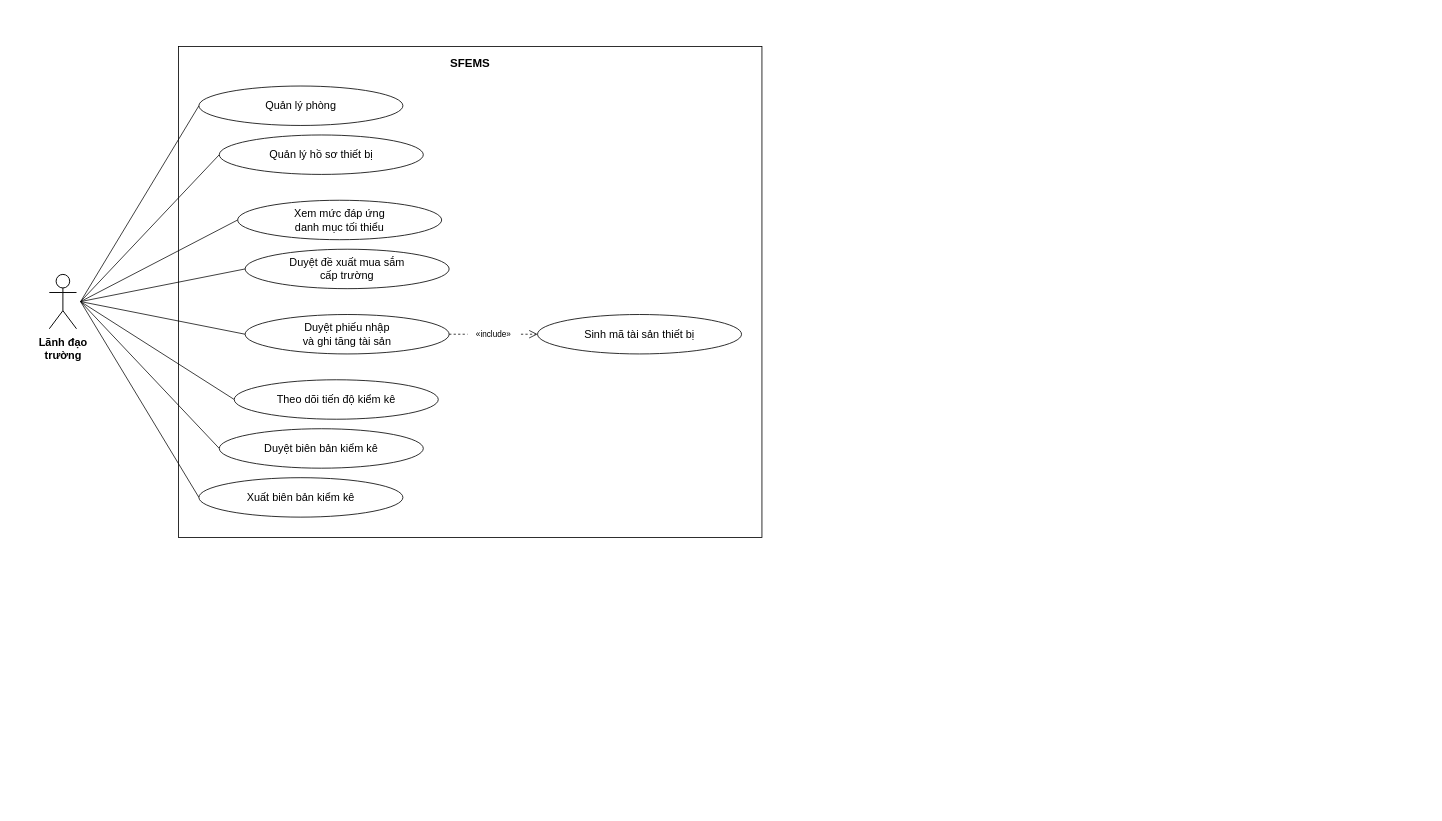
Earlier version of the draw.io diagram docs/VN/diagram/Report 3/05 Use case/05 Lanh dao truong.drawio (LuuDong2004/SEP490_G123_SFEMS). Source tidied: cells renumbered, new cells numbered last; positions are measured from the earlier drawing's top-left corner, leaving out a move shared by most shapes. Both pictures are drawn from the tidied source at 68%, with x=0, y=0 at pixel (12, 46).
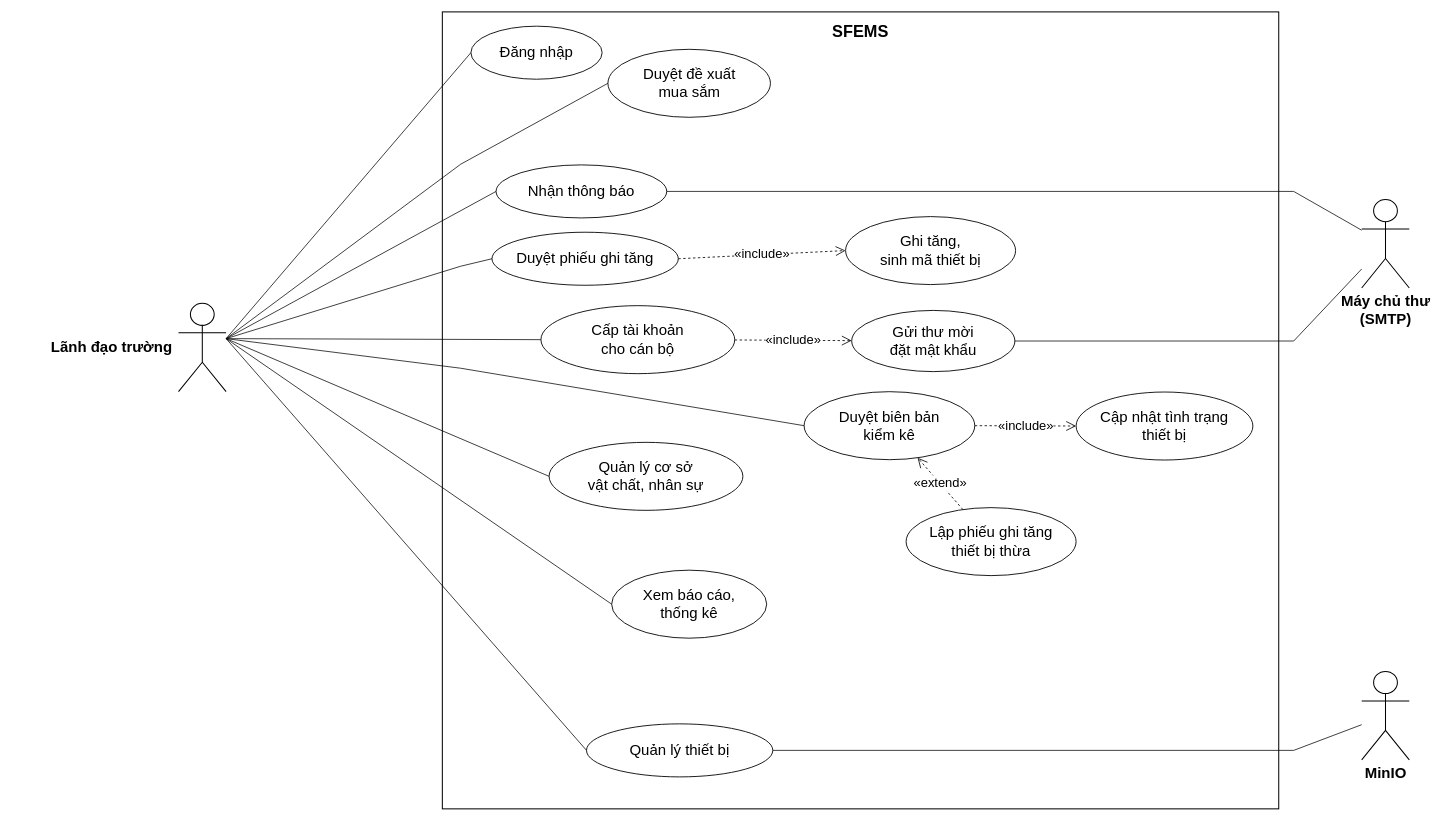
After the change.

What changed in the source:
```diff
@@
-    <mxCell id="2" value="SFEMS" style="rounded=0;fillColor=none;strokeColor=#000000;strokeWidth=1.2;verticalAlign=top;align=center;fontSize=17;fontStyle=1;spacingTop=8;fontFamily=Arial;html=1;whiteSpace=wrap;" parent="1" vertex="1">
-      <mxGeometry x="245" width="858" height="722" as="geometry" />
+    <mxCell id="2" value="SFEMS" style="rounded=0;whiteSpace=wrap;html=1;fillColor=none;strokeColor=#000000;strokeWidth=1.5;verticalAlign=top;fontSize=24;fontStyle=1;fontFamily=Arial;spacingTop=8;" parent="1" vertex="1">
+      <mxGeometry x="633" y="-51" width="1230" height="1172" as="geometry" />
     </mxCell>
-    <mxCell id="3" style="endArrow=none;rounded=0;strokeColor=#000000;strokeWidth=1.1;fontFamily=Arial;html=1;" parent="1" edge="1">
-      <mxGeometry relative="1" as="geometry">
-        <mxPoint x="101" y="375" as="sourcePoint" />
-        <mxPoint x="275" y="87" as="targetPoint" />
-      </mxGeometry>
+    <mxCell id="3" value="Lãnh đạo trường" style="shape=umlActor;labelPosition=left;align=right;verticalLabelPosition=middle;verticalAlign=middle;spacingRight=8;html=1;outlineConnect=0;fontSize=22;fontStyle=1;fontFamily=Arial;strokeWidth=1.5;" parent="1" vertex="1">
+      <mxGeometry x="245" y="377.5" width="70" height="130" as="geometry" />
     </mxCell>
-    <mxCell id="4" style="endArrow=none;rounded=0;strokeColor=#000000;strokeWidth=1.1;fontFamily=Arial;html=1;" parent="1" edge="1">
-      <mxGeometry relative="1" as="geometry">
-        <mxPoint x="101" y="375" as="sourcePoint" />
-        <mxPoint x="305" y="159" as="targetPoint" />
-      </mxGeometry>
+    <mxCell id="4" value="Đăng nhập" style="ellipse;whiteSpace=wrap;html=1;fillColor=#FFFFFF;strokeColor=#000000;strokeWidth=1.3;fontSize=22;fontFamily=Arial;" parent="1" vertex="1">
+      <mxGeometry x="675" y="-30" width="193" height="78" as="geometry" />
     </mxCell>
-    <mxCell id="5" style="endArrow=none;rounded=0;strokeColor=#000000;strokeWidth=1.1;fontFamily=Arial;html=1;" parent="1" edge="1">
-      <mxGeometry relative="1" as="geometry">
-        <mxPoint x="101" y="375" as="sourcePoint" />
-        <mxPoint x="332" y="255" as="targetPoint" />
-      </mxGeometry>
+    <mxCell id="5" style="endArrow=none;html=1;rounded=0;strokeWidth=1.1;strokeColor=#000000;exitX=1;exitY=0.4;exitDx=0;exitDy=0;entryX=0;entryY=0.5;entryDx=0;entryDy=0;" parent="1" edge="1" source="3" target="4">
+      <mxGeometry relative="1" as="geometry" />
     </mxCell>
-    <mxCell id="6" style="endArrow=none;rounded=0;strokeColor=#000000;strokeWidth=1.1;fontFamily=Arial;html=1;" parent="1" edge="1">
-      <mxGeometry relative="1" as="geometry">
-        <mxPoint x="101" y="375" as="sourcePoint" />
-        <mxPoint x="343" y="327" as="targetPoint" />
-      </mxGeometry>
+    <mxCell id="6" value="Nhận thông báo" style="ellipse;whiteSpace=wrap;html=1;fillColor=#FFFFFF;strokeColor=#000000;strokeWidth=1.3;fontSize=22;fontFamily=Arial;" parent="1" vertex="1">
+      <mxGeometry x="712" y="174" width="251" height="78" as="geometry" />
     </mxCell>
-    <mxCell id="7" style="endArrow=none;rounded=0;strokeColor=#000000;strokeWidth=1.1;fontFamily=Arial;html=1;" parent="1" edge="1">
-      <mxGeometry relative="1" as="geometry">
-        <mxPoint x="101" y="375" as="sourcePoint" />
-        <mxPoint x="343" y="423" as="targetPoint" />
-      </mxGeometry>
+    <mxCell id="7" style="endArrow=none;html=1;rounded=0;strokeWidth=1.1;strokeColor=#000000;exitX=1;exitY=0.4;exitDx=0;exitDy=0;entryX=0;entryY=0.5;entryDx=0;entryDy=0;" parent="1" edge="1" source="3" target="6">
+      <mxGeometry relative="1" as="geometry" />
     </mxCell>
-    <mxCell id="8" style="endArrow=none;rounded=0;strokeColor=#000000;strokeWidth=1.1;fontFamily=Arial;html=1;" parent="1" edge="1">
-      <mxGeometry relative="1" as="geometry">
-        <mxPoint x="101" y="375" as="sourcePoint" />
-        <mxPoint x="327" y="519" as="targetPoint" />
-      </mxGeometry>
+    <mxCell id="8" value="Cấp tài khoản&lt;br&gt;cho cán bộ" style="ellipse;whiteSpace=wrap;html=1;fillColor=#FFFFFF;strokeColor=#000000;strokeWidth=1.3;fontSize=22;fontFamily=Arial;" parent="1" vertex="1">
+      <mxGeometry x="778" y="381" width="285" height="100" as="geometry" />
     </mxCell>
-    <mxCell id="9" style="endArrow=none;rounded=0;strokeColor=#000000;strokeWidth=1.1;fontFamily=Arial;html=1;" parent="1" edge="1">
-      <mxGeometry relative="1" as="geometry">
-        <mxPoint x="101" y="375" as="sourcePoint" />
-        <mxPoint x="305" y="591" as="targetPoint" />
-      </mxGeometry>
+    <mxCell id="9" style="endArrow=none;html=1;rounded=0;strokeWidth=1.1;strokeColor=#000000;exitX=1;exitY=0.4;exitDx=0;exitDy=0;entryX=0;entryY=0.5;entryDx=0;entryDy=0;" parent="1" edge="1" source="3" target="8">
+      <mxGeometry relative="1" as="geometry" />
     </mxCell>
-    <mxCell id="10" style="endArrow=none;rounded=0;strokeColor=#000000;strokeWidth=1.1;fontFamily=Arial;html=1;" parent="1" edge="1">
-      <mxGeometry relative="1" as="geometry">
-        <mxPoint x="101" y="375" as="sourcePoint" />
-        <mxPoint x="275" y="663" as="targetPoint" />
-      </mxGeometry>
+    <mxCell id="10" value="Quản lý cơ sở&lt;br&gt;vật chất, nhân sự" style="ellipse;whiteSpace=wrap;html=1;fillColor=#FFFFFF;strokeColor=#000000;strokeWidth=1.3;fontSize=22;fontFamily=Arial;" parent="1" vertex="1">
+      <mxGeometry x="790" y="582" width="285" height="100" as="geometry" />
     </mxCell>
-    <mxCell id="11" value="Quản lý phòng" style="ellipse;fillColor=#FFFFFF;strokeColor=#000000;strokeWidth=1.2;fontSize=16;fontStyle=0;fontFamily=Arial;html=1;whiteSpace=wrap;" parent="1" vertex="1">
-      <mxGeometry x="275" y="58" width="300" height="58" as="geometry" />
+    <mxCell id="11" style="endArrow=none;html=1;rounded=0;strokeWidth=1.1;strokeColor=#000000;exitX=1;exitY=0.4;exitDx=0;exitDy=0;entryX=0;entryY=0.5;entryDx=0;entryDy=0;" parent="1" edge="1" source="3" target="10">
+      <mxGeometry relative="1" as="geometry" />
     </mxCell>
-    <mxCell id="12" value="Quản lý hồ sơ thiết bị" style="ellipse;fillColor=#FFFFFF;strokeColor=#000000;strokeWidth=1.2;fontSize=16;fontStyle=0;fontFamily=Arial;html=1;whiteSpace=wrap;" parent="1" vertex="1">
-      <mxGeometry x="305" y="130" width="300" height="58" as="geometry" />
+    <mxCell id="12" value="Quản lý thiết bị" style="ellipse;whiteSpace=wrap;html=1;fillColor=#FFFFFF;strokeColor=#000000;strokeWidth=1.3;fontSize=22;fontFamily=Arial;" parent="1" vertex="1">
+      <mxGeometry x="845" y="996" width="274" height="78" as="geometry" />
     </mxCell>
-    <mxCell id="13" value="Xem mức đáp ứng&lt;br&gt;danh mục tối thiểu" style="ellipse;fillColor=#FFFFFF;strokeColor=#000000;strokeWidth=1.2;fontSize=16;fontStyle=0;fontFamily=Arial;html=1;whiteSpace=wrap;" parent="1" vertex="1">
-      <mxGeometry x="332" y="226" width="300" height="58" as="geometry" />
+    <mxCell id="13" style="endArrow=none;html=1;rounded=0;strokeWidth=1.1;strokeColor=#000000;exitX=1;exitY=0.4;exitDx=0;exitDy=0;entryX=0;entryY=0.5;entryDx=0;entryDy=0;" parent="1" edge="1" source="3" target="12">
+      <mxGeometry relative="1" as="geometry" />
     </mxCell>
-    <mxCell id="14" value="Duyệt đề xuất mua sắm&lt;br&gt;cấp trường" style="ellipse;fillColor=#FFFFFF;strokeColor=#000000;strokeWidth=1.2;fontSize=16;fontStyle=0;fontFamily=Arial;html=1;whiteSpace=wrap;" parent="1" vertex="1">
-      <mxGeometry x="343" y="298" width="300" height="58" as="geometry" />
+    <mxCell id="14" value="Duyệt đề xuất&lt;br&gt;mua sắm" style="ellipse;whiteSpace=wrap;html=1;fillColor=#FFFFFF;strokeColor=#000000;strokeWidth=1.3;fontSize=22;fontFamily=Arial;" parent="1" vertex="1">
+      <mxGeometry x="876.5" y="4" width="239" height="100" as="geometry" />
     </mxCell>
-    <mxCell id="15" value="Duyệt phiếu nhập&lt;br&gt;và ghi tăng tài sản" style="ellipse;fillColor=#FFFFFF;strokeColor=#000000;strokeWidth=1.2;fontSize=16;fontStyle=0;fontFamily=Arial;html=1;whiteSpace=wrap;" parent="1" vertex="1">
-      <mxGeometry x="343" y="394" width="300" height="58" as="geometry" />
+    <mxCell id="15" style="endArrow=none;html=1;rounded=0;strokeWidth=1.1;strokeColor=#000000;exitX=1;exitY=0.4;exitDx=0;exitDy=0;entryX=0;entryY=0.5;entryDx=0;entryDy=0;" parent="1" edge="1" source="3" target="14">
+      <mxGeometry relative="1" as="geometry">
+        <Array as="points">
+          <mxPoint x="660" y="173" />
+        </Array>
+      </mxGeometry>
     </mxCell>
-    <mxCell id="16" value="Theo dõi tiến độ kiểm kê" style="ellipse;fillColor=#FFFFFF;strokeColor=#000000;strokeWidth=1.2;fontSize=16;fontStyle=0;fontFamily=Arial;html=1;whiteSpace=wrap;" parent="1" vertex="1">
-      <mxGeometry x="327" y="490" width="300" height="58" as="geometry" />
+    <mxCell id="16" value="Duyệt phiếu ghi tăng" style="ellipse;whiteSpace=wrap;html=1;fillColor=#FFFFFF;strokeColor=#000000;strokeWidth=1.3;fontSize=22;fontFamily=Arial;" parent="1" vertex="1">
+      <mxGeometry x="706" y="273" width="274" height="78" as="geometry" />
     </mxCell>
-    <mxCell id="17" value="Duyệt biên bản kiểm kê" style="ellipse;fillColor=#FFFFFF;strokeColor=#000000;strokeWidth=1.2;fontSize=16;fontStyle=0;fontFamily=Arial;html=1;whiteSpace=wrap;" parent="1" vertex="1">
-      <mxGeometry x="305" y="562" width="300" height="58" as="geometry" />
+    <mxCell id="17" style="endArrow=none;html=1;rounded=0;strokeWidth=1.1;strokeColor=#000000;exitX=1;exitY=0.4;exitDx=0;exitDy=0;entryX=0;entryY=0.5;entryDx=0;entryDy=0;" parent="1" edge="1" source="3" target="16">
+      <mxGeometry relative="1" as="geometry">
+        <Array as="points">
+          <mxPoint x="660" y="323" />
+        </Array>
+      </mxGeometry>
     </mxCell>
-    <mxCell id="18" value="Xuất biên bản kiểm kê" style="ellipse;fillColor=#FFFFFF;strokeColor=#000000;strokeWidth=1.2;fontSize=16;fontStyle=0;fontFamily=Arial;html=1;whiteSpace=wrap;" parent="1" vertex="1">
-      <mxGeometry x="275" y="634" width="300" height="58" as="geometry" />
+    <mxCell id="18" value="Duyệt biên bản&lt;br&gt;kiểm kê" style="ellipse;whiteSpace=wrap;html=1;fillColor=#FFFFFF;strokeColor=#000000;strokeWidth=1.3;fontSize=22;fontFamily=Arial;" parent="1" vertex="1">
+      <mxGeometry x="1165" y="507.5" width="251" height="100" as="geometry" />
     </mxCell>
-    <mxCell id="19" value="Sinh mã tài sản thiết bị" style="ellipse;fillColor=#FFFFFF;strokeColor=#000000;strokeWidth=1.2;fontSize=16;fontStyle=0;fontFamily=Arial;html=1;whiteSpace=wrap;" parent="1" vertex="1">
-      <mxGeometry x="773" y="394" width="300" height="58" as="geometry" />
+    <mxCell id="19" style="endArrow=none;html=1;rounded=0;strokeWidth=1.1;strokeColor=#000000;exitX=1;exitY=0.4;exitDx=0;exitDy=0;entryX=0;entryY=0.5;entryDx=0;entryDy=0;" parent="1" edge="1" source="3" target="18">
+      <mxGeometry relative="1" as="geometry">
+        <Array as="points">
+          <mxPoint x="660" y="473" />
+        </Array>
+      </mxGeometry>
     </mxCell>
-    <mxCell id="20" style="endArrow=open;endSize=10;dashed=1;rounded=0;strokeColor=#000000;strokeWidth=1.1;fontFamily=Arial;html=1;" parent="1" edge="1">
-      <mxGeometry relative="1" as="geometry">
-        <mxPoint x="643" y="423" as="sourcePoint" />
-        <mxPoint x="773" y="423" as="targetPoint" />
-      </mxGeometry>
+    <mxCell id="20" value="Xem báo cáo,&lt;br&gt;thống kê" style="ellipse;whiteSpace=wrap;html=1;fillColor=#FFFFFF;strokeColor=#000000;strokeWidth=1.3;fontSize=22;fontFamily=Arial;" parent="1" vertex="1">
+      <mxGeometry x="882" y="770" width="228" height="100" as="geometry" />
     </mxCell>
-    <mxCell id="21" value="«include»" style="text;strokeColor=none;fillColor=#FFFFFF;align=center;verticalAlign=middle;fontSize=12;spacing=0;fontFamily=Arial;html=1;" parent="1" vertex="1">
-      <mxGeometry x="670" y="414" width="76" height="18" as="geometry" />
+    <mxCell id="21" style="endArrow=none;html=1;rounded=0;strokeWidth=1.1;strokeColor=#000000;exitX=1;exitY=0.4;exitDx=0;exitDy=0;entryX=0;entryY=0.5;entryDx=0;entryDy=0;" parent="1" edge="1" source="3" target="20">
+      <mxGeometry relative="1" as="geometry" />
     </mxCell>
-    <mxCell id="22" style="shape=umlActor;outlineConnect=0;fillColor=#FFFFFF;strokeColor=#000000;strokeWidth=1.4;fontFamily=Arial;html=1;" parent="1" vertex="1">
-      <mxGeometry x="55" y="335" width="40" height="80" as="geometry" />
+    <mxCell id="22" value="Ghi tăng,&lt;br&gt;sinh mã thiết bị" style="ellipse;whiteSpace=wrap;html=1;fillColor=#FFFFFF;strokeColor=#000000;strokeWidth=1.3;fontSize=22;fontFamily=Arial;" parent="1" vertex="1">
+      <mxGeometry x="1226" y="250" width="250" height="100" as="geometry" />
     </mxCell>
-    <mxCell id="23" value="Lãnh đạo&lt;br&gt;trường" style="text;strokeColor=none;fillColor=none;align=center;verticalAlign=top;fontSize=16;fontStyle=1;spacing=0;fontFamily=Arial;html=1;" parent="1" vertex="1">
-      <mxGeometry y="421" width="150" height="60" as="geometry" />
+    <mxCell id="23" value="«include»" style="endArrow=open;endSize=12;dashed=1;html=1;rounded=0;strokeWidth=1.2;strokeColor=#000000;fontSize=19;fontFamily=Arial;labelBackgroundColor=#FFFFFF;exitX=1;exitY=0.5;exitDx=0;exitDy=0;entryX=0;entryY=0.5;entryDx=0;entryDy=0;" parent="1" edge="1" source="16" target="22">
+      <mxGeometry relative="1" as="geometry" />
     </mxCell>
+    <mxCell id="24" value="Máy chủ thư&lt;br&gt;(SMTP)" style="shape=umlActor;verticalLabelPosition=bottom;verticalAlign=top;html=1;outlineConnect=0;fontSize=22;fontStyle=1;fontFamily=Arial;strokeWidth=1.5;" parent="1" vertex="1">
+      <mxGeometry x="1985" y="225" width="70" height="130" as="geometry" />
+    </mxCell>
+    <mxCell id="25" style="endArrow=none;html=1;rounded=0;strokeWidth=1.1;strokeColor=#000000;entryX=1;entryY=0.5;entryDx=0;entryDy=0;" parent="1" edge="1" source="24" target="6">
+      <mxGeometry relative="1" as="geometry">
+        <Array as="points">
+          <mxPoint x="1885" y="213" />
+        </Array>
+      </mxGeometry>
+    </mxCell>
+    <mxCell id="26" style="endArrow=none;html=1;rounded=0;strokeWidth=1.1;strokeColor=#000000;entryX=1;entryY=0.5;entryDx=0;entryDy=0;" parent="1" edge="1" source="24" target="29">
+      <mxGeometry relative="1" as="geometry">
+        <Array as="points">
+          <mxPoint x="1885" y="433" />
+        </Array>
+      </mxGeometry>
+    </mxCell>
+    <mxCell id="27" value="MinIO" style="shape=umlActor;verticalLabelPosition=bottom;verticalAlign=top;html=1;outlineConnect=0;fontSize=22;fontStyle=1;fontFamily=Arial;strokeWidth=1.5;" parent="1" vertex="1">
+      <mxGeometry x="1985" y="919" width="70" height="130" as="geometry" />
+    </mxCell>
+    <mxCell id="28" style="endArrow=none;html=1;rounded=0;strokeWidth=1.1;strokeColor=#000000;entryX=1;entryY=0.5;entryDx=0;entryDy=0;" parent="1" edge="1" source="27" target="12">
+      <mxGeometry relative="1" as="geometry">
+        <Array as="points">
+          <mxPoint x="1885" y="1035" />
+        </Array>
+      </mxGeometry>
+    </mxCell>
+    <mxCell id="29" value="Gửi thư mời&lt;br&gt;đặt mật khẩu" style="ellipse;whiteSpace=wrap;html=1;fillColor=#FFFFFF;strokeColor=#000000;strokeWidth=1.3;fontSize=22;fontFamily=Arial;" parent="1" vertex="1">
+      <mxGeometry x="1235" y="388" width="240" height="90" as="geometry" />
+    </mxCell>
+    <mxCell id="30" value="«include»" style="endArrow=open;endSize=12;dashed=1;html=1;rounded=0;strokeWidth=1.2;strokeColor=#000000;fontSize=19;fontFamily=Arial;labelBackgroundColor=#FFFFFF;" parent="1" edge="1" source="8" target="29">
+      <mxGeometry relative="1" as="geometry" />
+    </mxCell>
+    <mxCell id="31" value="Cập nhật tình trạng&lt;br&gt;thiết bị" style="ellipse;whiteSpace=wrap;html=1;fillColor=#FFFFFF;strokeColor=#000000;strokeWidth=1.3;fontSize=22;fontFamily=Arial;" parent="1" vertex="1">
+      <mxGeometry x="1565" y="508" width="260" height="100" as="geometry" />
+    </mxCell>
+    <mxCell id="32" value="«include»" style="endArrow=open;endSize=12;dashed=1;html=1;rounded=0;strokeWidth=1.2;strokeColor=#000000;fontSize=19;fontFamily=Arial;labelBackgroundColor=#FFFFFF;" parent="1" edge="1" source="18" target="31">
+      <mxGeometry relative="1" as="geometry" />
+    </mxCell>
+    <mxCell id="33" value="Lập phiếu ghi tăng&lt;br&gt;thiết bị thừa" style="ellipse;whiteSpace=wrap;html=1;fillColor=#FFFFFF;strokeColor=#000000;strokeWidth=1.3;fontSize=22;fontFamily=Arial;" parent="1" vertex="1">
+      <mxGeometry x="1315" y="678" width="250" height="100" as="geometry" />
+    </mxCell>
+    <mxCell id="34" value="«extend»" style="endArrow=open;endSize=12;dashed=1;html=1;rounded=0;strokeWidth=1.2;strokeColor=#000000;fontSize=19;fontFamily=Arial;labelBackgroundColor=#FFFFFF;" parent="1" edge="1" source="33" target="18">
+      <mxGeometry relative="1" as="geometry" />
+    </mxCell>
```
